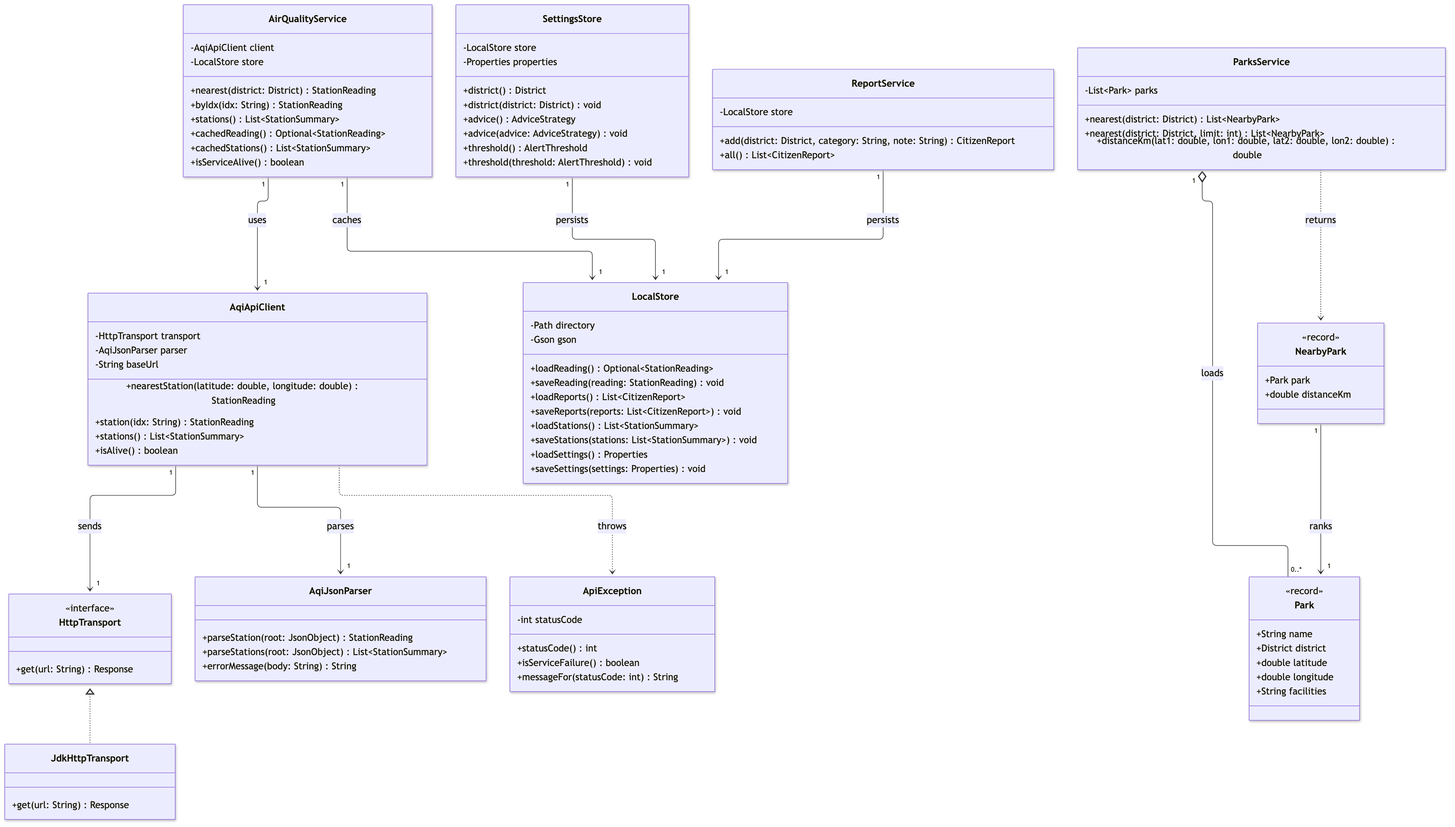
Above: docs/diagrams/class-diagram-services.png in melvinchia3636/sc-assignment (Mermaid), before the change. Its source is kept beside it as docs/diagrams/class-diagram-services.mmd.
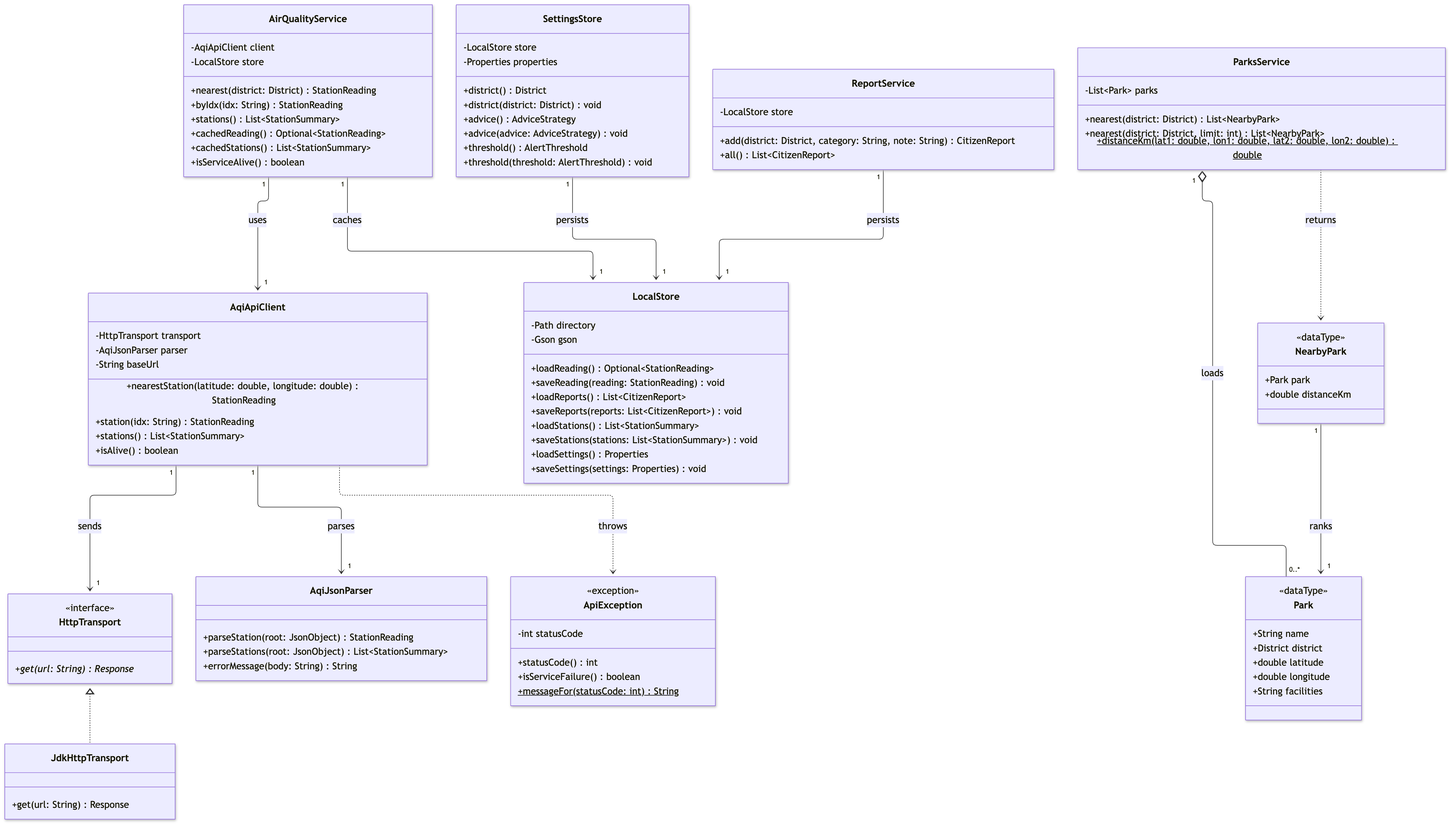
The same file after the commit.

Commit message:
docs: use standard UML stereotypes in the class diagrams

Diff of the diagram source:
```diff
@@ -30,7 +30,7 @@
 
     class HttpTransport {
         <<interface>>
-        +get(url: String) Response
+        +get(url: String) Response*
     }
 
     class JdkHttpTransport {
@@ -44,10 +44,11 @@
     }
 
     class ApiException {
+        <<exception>>
         -int statusCode
         +statusCode() int
         +isServiceFailure() boolean
-        +messageFor(statusCode: int) String
+        +messageFor(statusCode: int) String$
     }
 
     class LocalStore {
@@ -84,11 +85,11 @@
         -List~Park~ parks
         +nearest(district: District) List~NearbyPark~
         +nearest(district: District, limit: int) List~NearbyPark~
-        +distanceKm(lat1: double, lon1: double, lat2: double, lon2: double) double
+        +distanceKm(lat1: double, lon1: double, lat2: double, lon2: double) double$
     }
 
     class Park {
-        <<record>>
+        <<dataType>>
         +String name
         +District district
         +double latitude
@@ -97,7 +98,7 @@
     }
 
     class NearbyPark {
-        <<record>>
+        <<dataType>>
         +Park park
         +double distanceKm
     }
```
